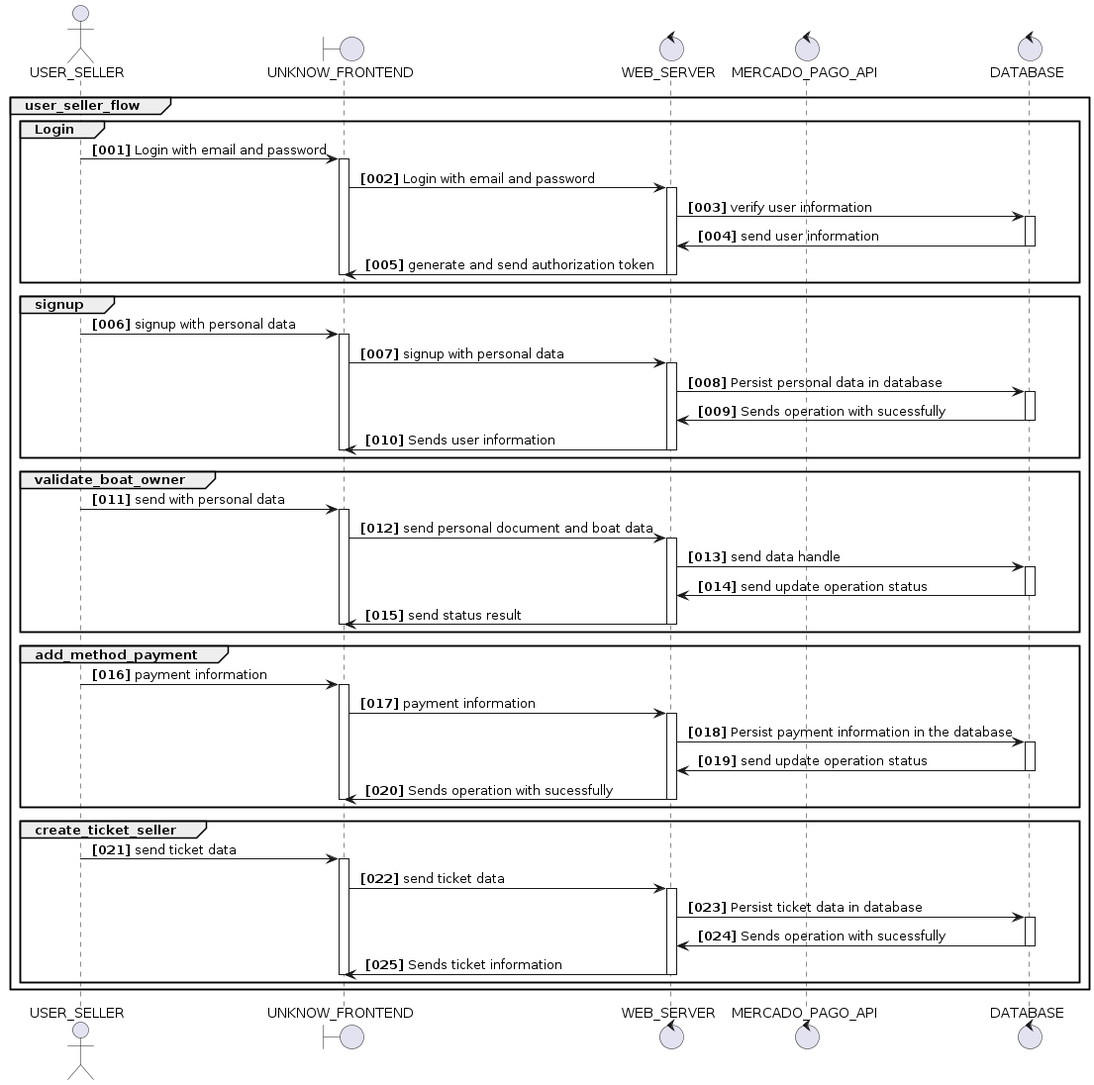
This is docs/sequence-diagram/unknow-user-seller-flow/unknow-user-sellet-flow.png from LucianoAjs/ticketsam, a PlantUML export, as it was before one commit. Its diagram source:
```plantuml
@startuml

actor USER_SELLER

boundary UNKNOW_FRONTEND

control WEB_SERVER
control MERCADO_PAGO_API
control DATABASE

autonumber "<b> [000]"



group user_seller_flow

  group Login
      USER_SELLER -> UNKNOW_FRONTEND: Login with email and password
      activate UNKNOW_FRONTEND
      UNKNOW_FRONTEND -> WEB_SERVER: Login with email and password
      activate WEB_SERVER
      WEB_SERVER -> DATABASE: verify user information
      activate DATABASE
      DATABASE -> WEB_SERVER: send user information
      deactivate DATABASE
      WEB_SERVER -> UNKNOW_FRONTEND: generate and send authorization token
      deactivate UNKNOW_FRONTEND
      deactivate WEB_SERVER
  end

  group signup
      USER_SELLER -> UNKNOW_FRONTEND: signup with personal data
      activate UNKNOW_FRONTEND
      UNKNOW_FRONTEND -> WEB_SERVER: signup with personal data
      activate WEB_SERVER
      WEB_SERVER -> DATABASE: Persist personal data in database
      activate DATABASE
      DATABASE -> WEB_SERVER: Sends operation with sucessfully
      deactivate DATABASE
      WEB_SERVER -> UNKNOW_FRONTEND: Sends user information
      deactivate UNKNOW_FRONTEND
      deactivate WEB_SERVER

  end

  group validate_boat_owner
    USER_SELLER -> UNKNOW_FRONTEND: send with personal data
    activate UNKNOW_FRONTEND
    UNKNOW_FRONTEND -> WEB_SERVER: send personal document and boat data
    activate WEB_SERVER
    WEB_SERVER -> DATABASE: send data handle
    activate DATABASE
    DATABASE -> WEB_SERVER: send update operation status
    deactivate DATABASE
    WEB_SERVER -> UNKNOW_FRONTEND: send status result
    deactivate WEB_SERVER
    deactivate UNKNOW_FRONTEND

  end
    group add_method_payment
    USER_SELLER -> UNKNOW_FRONTEND: payment information
    activate UNKNOW_FRONTEND
    UNKNOW_FRONTEND -> WEB_SERVER: payment information
    activate WEB_SERVER
    WEB_SERVER -> DATABASE: Persist payment information in the database
    activate DATABASE
    DATABASE -> WEB_SERVER: send update operation status
    deactivate DATABASE
    WEB_SERVER -> UNKNOW_FRONTEND: Sends operation with sucessfully
    deactivate WEB_SERVER
    deactivate UNKNOW_FRONTEND

  end

  group create_ticket_seller
    USER_SELLER -> UNKNOW_FRONTEND: send ticket data
    activate UNKNOW_FRONTEND
    UNKNOW_FRONTEND -> WEB_SERVER: send ticket data
    activate WEB_SERVER
    WEB_SERVER -> DATABASE: Persist ticket data in database
    activate DATABASE
    DATABASE -> WEB_SERVER: Sends operation with sucessfully
    deactivate DATABASE
    WEB_SERVER -> UNKNOW_FRONTEND: Sends ticket information
    deactivate WEB_SERVER
    deactivate UNKNOW_FRONTEND


  end
end


@enduml
```
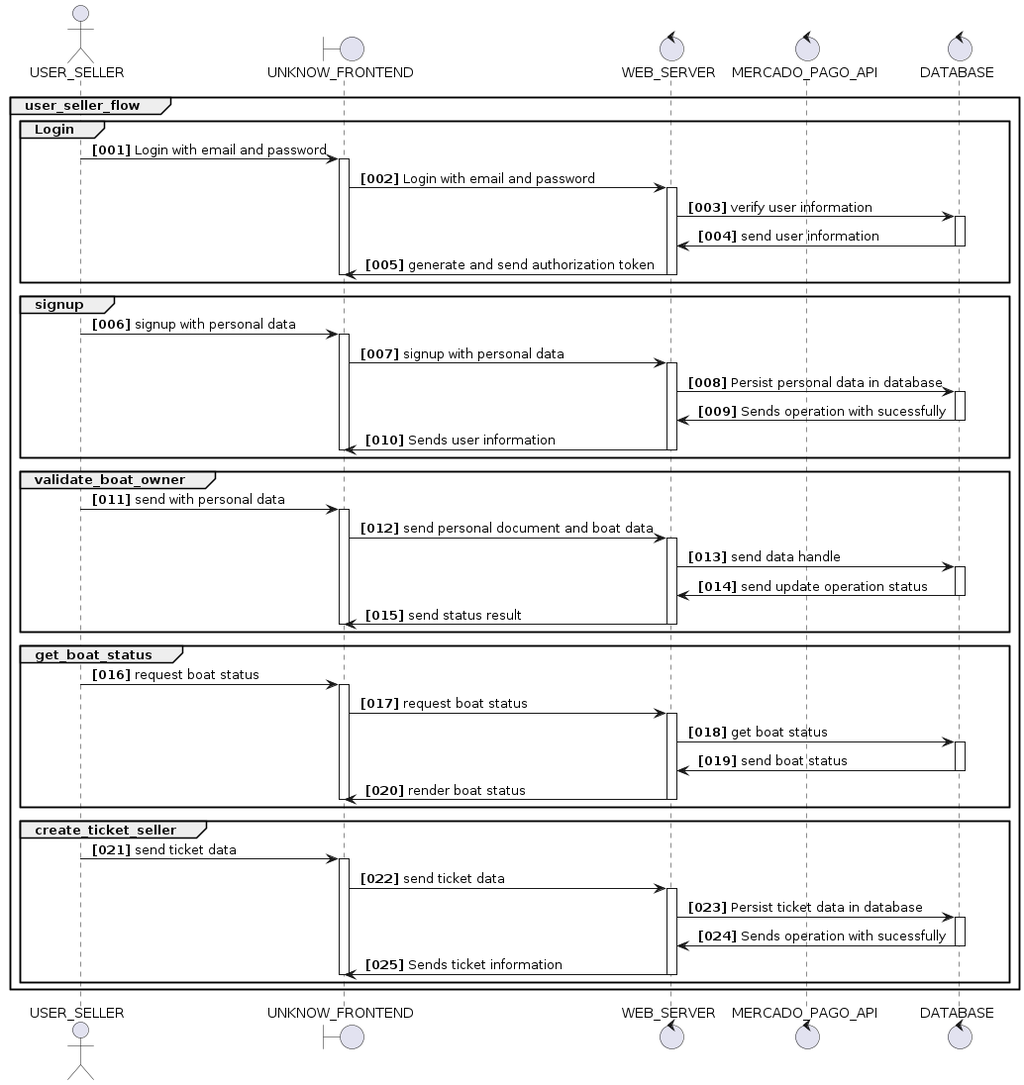
Later version of the same file.

What changed in the source:
```diff
@@ -57,20 +57,22 @@
     deactivate UNKNOW_FRONTEND
 
   end
-    group add_method_payment
-    USER_SELLER -> UNKNOW_FRONTEND: payment information
+
+  group get_boat_status
+    USER_SELLER -> UNKNOW_FRONTEND: request boat status
     activate UNKNOW_FRONTEND
-    UNKNOW_FRONTEND -> WEB_SERVER: payment information
+    UNKNOW_FRONTEND -> WEB_SERVER: request boat status
     activate WEB_SERVER
-    WEB_SERVER -> DATABASE: Persist payment information in the database
+    WEB_SERVER -> DATABASE: get boat status
     activate DATABASE
-    DATABASE -> WEB_SERVER: send update operation status
+    DATABASE -> WEB_SERVER: send boat status
     deactivate DATABASE
-    WEB_SERVER -> UNKNOW_FRONTEND: Sends operation with sucessfully
+    WEB_SERVER -> UNKNOW_FRONTEND: render boat status
     deactivate WEB_SERVER
     deactivate UNKNOW_FRONTEND
 
   end
+
 
   group create_ticket_seller
     USER_SELLER -> UNKNOW_FRONTEND: send ticket data
```
